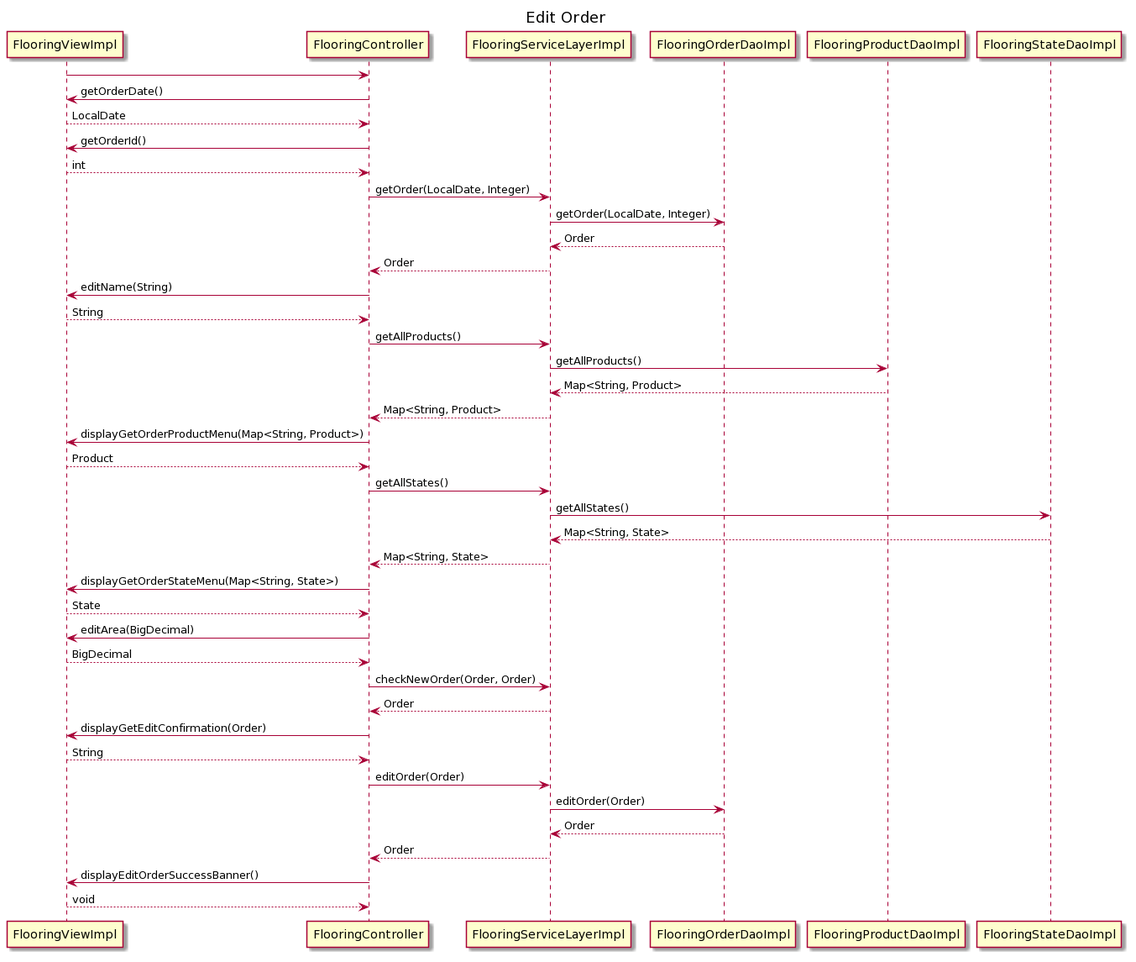
Earlier version of the PlantUML export UML/FloorPlanning/FloorPlanningSequenceDiagramEditOrder.png (rtdonin/JavaClasswork).
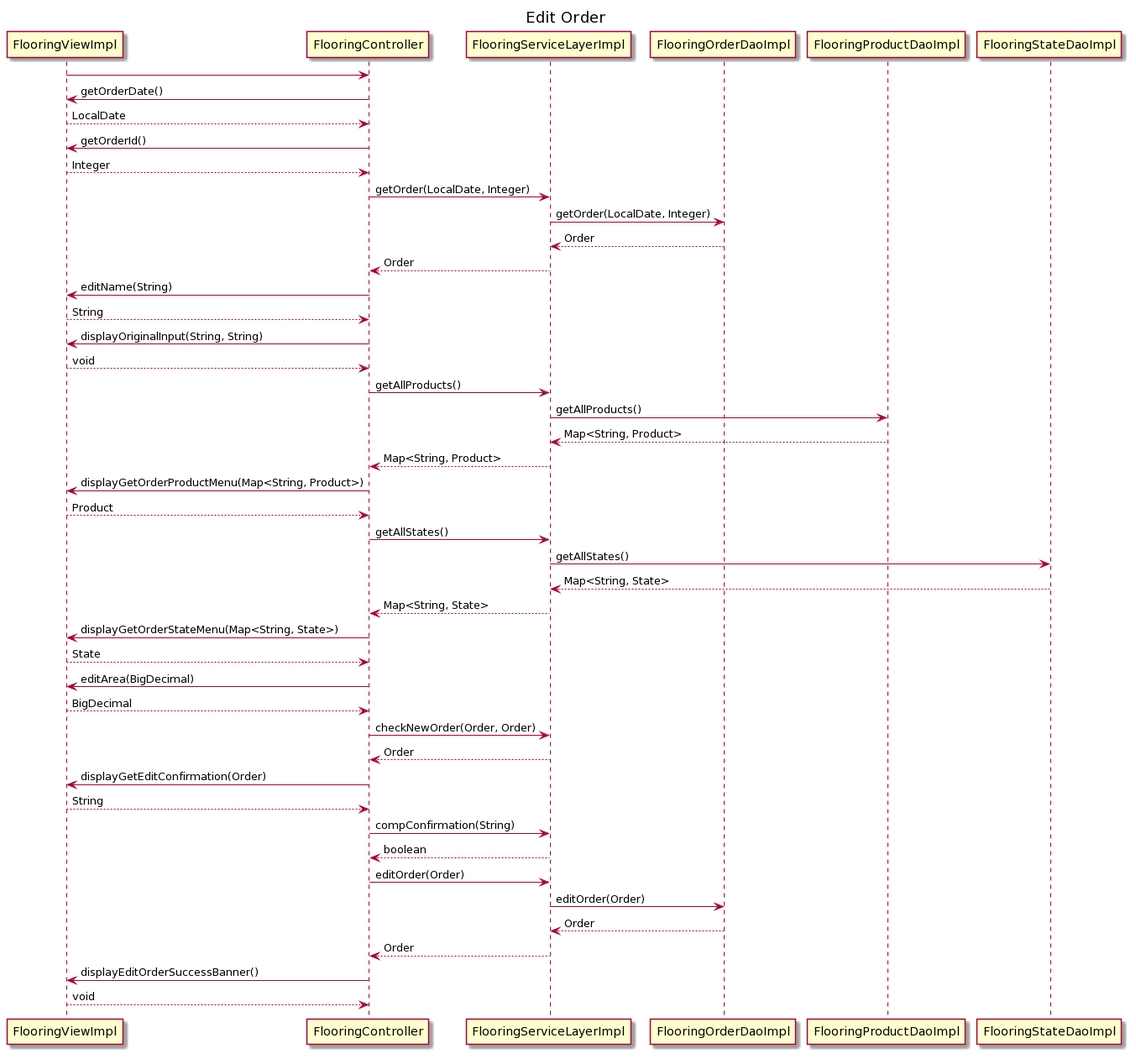
Above is the later version.

Change to the diagram source:
```diff
@@ -8,13 +8,15 @@
 FlooringController -> FlooringViewImpl : getOrderDate()
 FlooringViewImpl --> FlooringController : LocalDate
 FlooringController -> FlooringViewImpl : getOrderId()
-FlooringViewImpl --> FlooringController : int
+FlooringViewImpl --> FlooringController : Integer
 FlooringController -> FlooringServiceLayerImpl : getOrder(LocalDate, Integer)
 FlooringServiceLayerImpl -> FlooringOrderDaoImpl : getOrder(LocalDate, Integer)
 FlooringOrderDaoImpl --> FlooringServiceLayerImpl : Order
 FlooringServiceLayerImpl --> FlooringController : Order
 FlooringController -> FlooringViewImpl : editName(String)
 FlooringViewImpl --> FlooringController : String
+FlooringController -> FlooringViewImpl : displayOriginalInput(String, String)
+FlooringViewImpl --> FlooringController : void
 FlooringController -> FlooringServiceLayerImpl : getAllProducts()
 FlooringServiceLayerImpl -> FlooringProductDaoImpl : getAllProducts()
 FlooringProductDaoImpl --> FlooringServiceLayerImpl : Map<String, Product>
@@ -33,6 +35,8 @@
 FlooringServiceLayerImpl --> FlooringController : Order
 FlooringController -> FlooringViewImpl : displayGetEditConfirmation(Order)
 FlooringViewImpl --> FlooringController : String
+FlooringController -> FlooringServiceLayerImpl : compConfirmation(String)
+FlooringServiceLayerImpl --> FlooringController : boolean
 FlooringController -> FlooringServiceLayerImpl : editOrder(Order)
 FlooringServiceLayerImpl -> FlooringOrderDaoImpl : editOrder(Order)
 FlooringOrderDaoImpl --> FlooringServiceLayerImpl : Order
```
